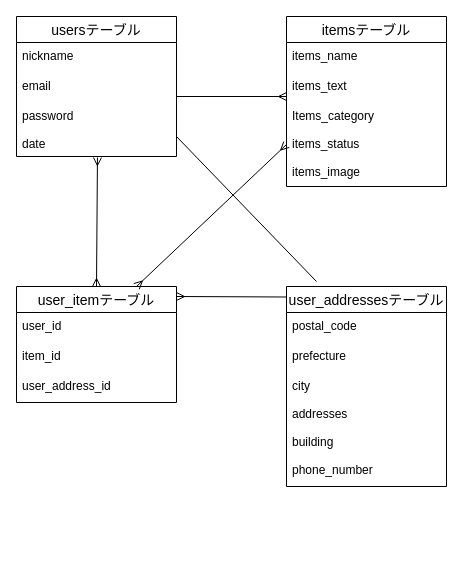
The draw.io diagram furima.dio in ryusue1222/furima-33336, before the edit. Source tidied: cells renumbered, new cells numbered last; positions are measured from the earlier drawing's top-left corner, leaving out a move shared by most shapes. Both pictures are drawn from the tidied source at 100%, with x=0, y=0 at pixel (16, 16).
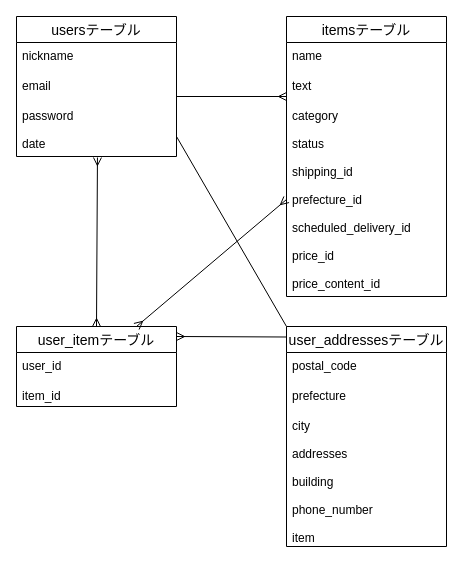
The same page after the edit.

Unchanged cells that the change refers to:
```xml
<mxCell id="5" value="password&#10;&#10;date" style="text;strokeColor=none;fillColor=none;spacingLeft=4;spacingRight=4;overflow=hidden;points=[[0,0.5],[1,0.5]];portConstraint=eastwest;fontSize=12;" parent="2" vertex="1">
  <mxGeometry y="86" width="160" height="54" as="geometry" />
</mxCell>
```

Diff of the diagram source:
```diff
@@
     <mxCell id="6" value="itemsテーブル" style="swimlane;fontStyle=0;horizontal=1;startSize=26;align=center;fontSize=14;" parent="1" vertex="1">
-      <mxGeometry x="270" width="160" height="170" as="geometry" />
+      <mxGeometry x="270" width="160" height="280" as="geometry" />
     </mxCell>
-    <mxCell id="7" value="items_name" style="text;strokeColor=none;fillColor=none;spacingLeft=4;spacingRight=4;overflow=hidden;fontSize=12;" parent="6" vertex="1">
+    <mxCell id="7" value="name" style="text;strokeColor=none;fillColor=none;spacingLeft=4;spacingRight=4;overflow=hidden;fontSize=12;" parent="6" vertex="1">
       <mxGeometry y="26" width="160" height="30" as="geometry" />
     </mxCell>
-    <mxCell id="8" value="items_text" style="text;strokeColor=none;fillColor=none;spacingLeft=4;spacingRight=4;overflow=hidden;fontSize=12;" parent="6" vertex="1">
+    <mxCell id="8" value="text" style="text;strokeColor=none;fillColor=none;spacingLeft=4;spacingRight=4;overflow=hidden;fontSize=12;" parent="6" vertex="1">
       <mxGeometry y="56" width="160" height="30" as="geometry" />
     </mxCell>
-    <mxCell id="9" value="Items_category&#10;&#10;items_status&#10;&#10;items_image" style="text;strokeColor=none;fillColor=none;spacingLeft=4;spacingRight=4;overflow=hidden;points=[[0,0.5],[1,0.5]];portConstraint=eastwest;fontSize=12;" parent="6" vertex="1">
-      <mxGeometry y="86" width="160" height="84" as="geometry" />
+    <mxCell id="9" value="category&#10;&#10;status&#10;&#10;shipping_id&#10;&#10;prefecture_id&#10;&#10;scheduled_delivery_id &#10;&#10;price_id&#10;&#10;price_content_id" style="text;strokeColor=none;fillColor=none;spacingLeft=4;spacingRight=4;overflow=hidden;points=[[0,0.5],[1,0.5]];portConstraint=eastwest;fontSize=12;" parent="6" vertex="1">
+      <mxGeometry y="86" width="160" height="194" as="geometry" />
     </mxCell>
     <mxCell id="10" value="user_addressesテーブル" style="swimlane;fontStyle=0;horizontal=1;startSize=26;align=center;fontSize=14;" parent="1" vertex="1">
-      <mxGeometry x="270" y="270" width="160" height="200" as="geometry" />
+      <mxGeometry x="270" y="310" width="160" height="220" as="geometry" />
     </mxCell>
@@
-    <mxCell id="13" value="city&#10;&#10;addresses&#10;&#10;building&#10;&#10;phone_number" style="text;strokeColor=none;fillColor=none;spacingLeft=4;spacingRight=4;overflow=hidden;fontSize=12;" parent="10" vertex="1">
-      <mxGeometry y="86" width="160" height="114" as="geometry" />
+    <mxCell id="13" value="city&#10;&#10;addresses&#10;&#10;building&#10;&#10;phone_number&#10;&#10;item" style="text;strokeColor=none;fillColor=none;spacingLeft=4;spacingRight=4;overflow=hidden;fontSize=12;" parent="10" vertex="1">
+      <mxGeometry y="86" width="160" height="134" as="geometry" />
     </mxCell>
-    <mxCell id="14" style="endArrow=ERmany;html=1;rounded=0;exitX=0.506;exitY=1.019;exitDx=0;exitDy=0;exitPerimeter=0;endFill=0;startArrow=ERmany;startFill=0;" parent="1" edge="1" source="5">
-      <mxGeometry relative="1" as="geometry">
-        <mxPoint x="80" y="270" as="targetPoint" />
-      </mxGeometry>
+    <mxCell id="14" style="endArrow=ERmany;html=1;rounded=0;exitX=0.506;exitY=1.019;exitDx=0;exitDy=0;exitPerimeter=0;endFill=0;startArrow=ERmany;startFill=0;entryX=0.5;entryY=0;entryDx=0;entryDy=0;" parent="1" edge="1" source="5" target="17">
+      <mxGeometry relative="1" as="geometry" />
     </mxCell>
@@
     <mxCell id="16" style="endArrow=none;html=1;rounded=0;startArrow=ERmany;startFill=0;" parent="1" edge="1">
       <mxGeometry relative="1" as="geometry">
-        <mxPoint x="160" y="280" as="sourcePoint" />
-        <mxPoint x="270" y="280.5" as="targetPoint" />
+        <mxPoint x="160" y="320" as="sourcePoint" />
+        <mxPoint x="270" y="320.5" as="targetPoint" />
       </mxGeometry>
     </mxCell>
     <mxCell id="17" value="user_itemテーブル" style="swimlane;fontStyle=0;horizontal=1;startSize=26;align=center;fontSize=14;" parent="1" vertex="1">
-      <mxGeometry y="270" width="160" height="116" as="geometry" />
+      <mxGeometry y="310" width="160" height="80" as="geometry" />
     </mxCell>
@@
     <mxCell id="19" value="item_id" style="text;strokeColor=none;fillColor=none;spacingLeft=4;spacingRight=4;overflow=hidden;fontSize=12;" parent="17" vertex="1">
-      <mxGeometry y="56" width="160" height="30" as="geometry" />
+      <mxGeometry y="56" width="160" height="24" as="geometry" />
     </mxCell>
-    <mxCell id="20" value="user_address_id" style="text;strokeColor=none;fillColor=none;spacingLeft=4;spacingRight=4;overflow=hidden;fontSize=12;" parent="17" vertex="1">
-      <mxGeometry y="86" width="160" height="30" as="geometry" />
-    </mxCell>
@@
-    <mxCell id="22" style="endArrow=none;html=1;rounded=0;" parent="1" edge="1">
+    <mxCell id="22" style="endArrow=none;html=1;rounded=0;entryX=0;entryY=0;entryDx=0;entryDy=0;" parent="1" edge="1" target="10">
       <mxGeometry relative="1" as="geometry">
         <mxPoint x="160" y="120" as="sourcePoint" />
-        <mxPoint x="300" y="265" as="targetPoint" />
       </mxGeometry>
     </mxCell>
```
